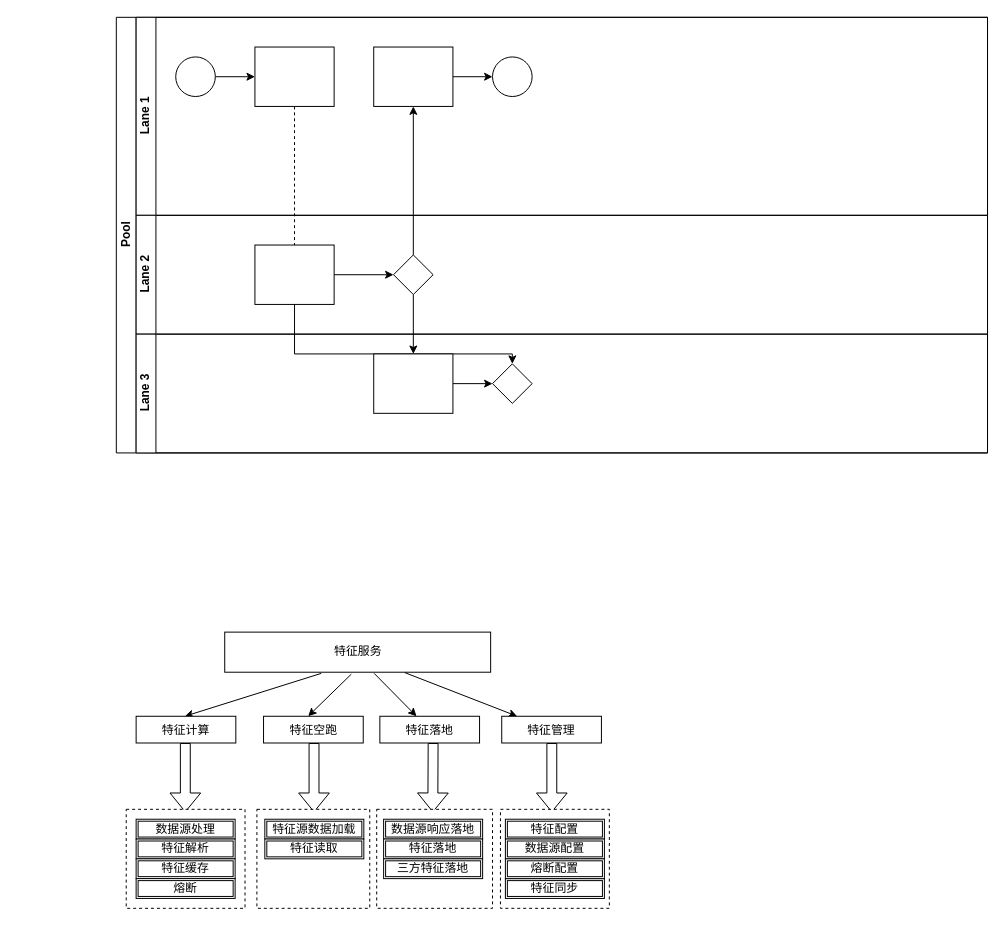
This is tzpt.drawio from aGVsZWk/mac_dot_config, a draw.io file, before an edit. Source tidied: cells renumbered, new cells numbered last; positions are measured from the earlier drawing's top-left corner, leaving out a move shared by most shapes. Both pictures are drawn from the tidied source at 99%, with x=0, y=0 at pixel (116, 17).
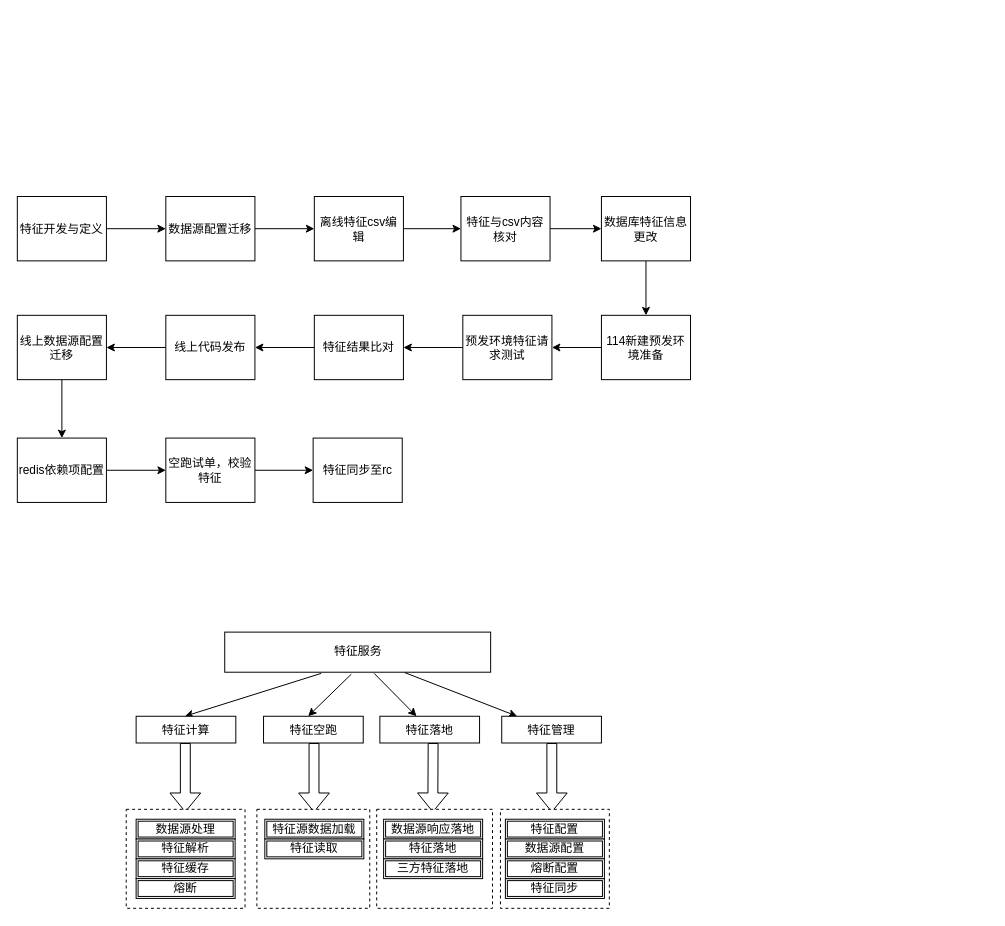
Above is the later version.

Diff of the diagram source:
```diff
@@
-    <mxCell id="2" value="Pool" style="swimlane;html=1;horizontal=0;startSize=20;" parent="1" vertex="1">
-      <mxGeometry width="880" height="440" as="geometry" />
-    </mxCell>
-    <mxCell id="3" style="edgeStyle=orthogonalEdgeStyle;rounded=0;jettySize=auto;html=1;dashed=1;endArrow=none;endFill=0;" parent="2" edge="1" source="10" target="16">
-      <mxGeometry relative="1" as="geometry" />
-    </mxCell>
-    <mxCell id="4" style="edgeStyle=orthogonalEdgeStyle;rounded=0;jettySize=auto;html=1;endArrow=classic;endFill=1;" parent="2" edge="1" source="17" target="12">
-      <mxGeometry relative="1" as="geometry" />
-    </mxCell>
-    <mxCell id="5" style="edgeStyle=orthogonalEdgeStyle;rounded=0;jettySize=auto;html=1;endArrow=classic;endFill=1;" parent="2" edge="1" source="17" target="20">
-      <mxGeometry relative="1" as="geometry" />
-    </mxCell>
-    <mxCell id="6" style="edgeStyle=orthogonalEdgeStyle;rounded=0;jettySize=auto;html=1;endArrow=classic;endFill=1;" parent="2" edge="1" source="16" target="21">
-      <mxGeometry relative="1" as="geometry">
-        <Array as="points">
-          <mxPoint x="180" y="340" />
-          <mxPoint x="400" y="340" />
-        </Array>
-      </mxGeometry>
-    </mxCell>
-    <mxCell id="7" value="Lane 1" style="swimlane;html=1;startSize=20;horizontal=0;" parent="2" vertex="1">
-      <mxGeometry x="20" width="860" height="200" as="geometry" />
-    </mxCell>
-    <mxCell id="8" style="edgeStyle=orthogonalEdgeStyle;rounded=0;jettySize=auto;html=1;" parent="7" edge="1" source="9" target="10">
-      <mxGeometry relative="1" as="geometry" />
-    </mxCell>
-    <mxCell id="9" style="ellipse;whiteSpace=wrap;html=1;" parent="7" vertex="1">
-      <mxGeometry x="40" y="40" width="40" height="40" as="geometry" />
-    </mxCell>
-    <mxCell id="10" style="rounded=0;whiteSpace=wrap;html=1;fontFamily=Helvetica;fontSize=12;fontColor=#000000;align=center;" parent="7" vertex="1">
-      <mxGeometry x="120" y="30" width="80" height="60" as="geometry" />
-    </mxCell>
-    <mxCell id="11" style="edgeStyle=orthogonalEdgeStyle;rounded=0;jettySize=auto;html=1;endArrow=classic;endFill=1;" parent="7" edge="1" source="12" target="13">
-      <mxGeometry relative="1" as="geometry" />
-    </mxCell>
-    <mxCell id="12" style="rounded=0;whiteSpace=wrap;html=1;fontFamily=Helvetica;fontSize=12;fontColor=#000000;align=center;" parent="7" vertex="1">
-      <mxGeometry x="240" y="30" width="80" height="60" as="geometry" />
-    </mxCell>
-    <mxCell id="13" style="ellipse;whiteSpace=wrap;html=1;" parent="7" vertex="1">
-      <mxGeometry x="360" y="40" width="40" height="40" as="geometry" />
-    </mxCell>
-    <mxCell id="14" value="Lane 2" style="swimlane;html=1;startSize=20;horizontal=0;" parent="2" vertex="1">
-      <mxGeometry x="20" y="200" width="860" height="120" as="geometry" />
-    </mxCell>
-    <mxCell id="15" style="edgeStyle=orthogonalEdgeStyle;rounded=0;jettySize=auto;html=1;endArrow=classic;endFill=1;" parent="14" edge="1" source="16" target="17">
-      <mxGeometry relative="1" as="geometry" />
-    </mxCell>
-    <mxCell id="16" style="rounded=0;whiteSpace=wrap;html=1;fontFamily=Helvetica;fontSize=12;fontColor=#000000;align=center;" parent="14" vertex="1">
-      <mxGeometry x="120" y="30" width="80" height="60" as="geometry" />
-    </mxCell>
-    <mxCell id="17" style="rhombus;whiteSpace=wrap;html=1;fontFamily=Helvetica;fontSize=12;fontColor=#000000;align=center;" parent="14" vertex="1">
-      <mxGeometry x="260" y="40" width="40" height="40" as="geometry" />
-    </mxCell>
-    <mxCell id="18" value="Lane 3" style="swimlane;html=1;startSize=20;horizontal=0;" parent="2" vertex="1">
-      <mxGeometry x="20" y="320" width="860" height="120" as="geometry" />
-    </mxCell>
-    <mxCell id="19" style="edgeStyle=orthogonalEdgeStyle;rounded=0;jettySize=auto;html=1;endArrow=classic;endFill=1;" parent="18" edge="1" source="20" target="21">
-      <mxGeometry relative="1" as="geometry" />
-    </mxCell>
-    <mxCell id="20" style="rounded=0;whiteSpace=wrap;html=1;fontFamily=Helvetica;fontSize=12;fontColor=#000000;align=center;" parent="18" vertex="1">
-      <mxGeometry x="240" y="20" width="80" height="60" as="geometry" />
-    </mxCell>
-    <mxCell id="21" style="rhombus;whiteSpace=wrap;html=1;fontFamily=Helvetica;fontSize=12;fontColor=#000000;align=center;" parent="18" vertex="1">
-      <mxGeometry x="360" y="30" width="40" height="40" as="geometry" />
-    </mxCell>
@@
+    <mxCell id="58" style="edgeStyle=orthogonalEdgeStyle;rounded=0;jettySize=auto;html=1;" parent="1" edge="1" source="59" target="61">
+      <mxGeometry relative="1" as="geometry" />
+    </mxCell>
+    <mxCell id="59" value="特征开发与定义" style="rounded=0;whiteSpace=wrap;html=1;fontFamily=Helvetica;fontSize=12;fontColor=#000000;align=center;" parent="1" vertex="1">
+      <mxGeometry x="-100" y="181" width="90" height="65" as="geometry" />
+    </mxCell>
+    <mxCell id="60" style="edgeStyle=orthogonalEdgeStyle;rounded=0;jettySize=auto;html=1;" parent="1" edge="1" source="61" target="63">
+      <mxGeometry relative="1" as="geometry" />
+    </mxCell>
+    <mxCell id="61" value="数据源配置迁移" style="rounded=0;whiteSpace=wrap;html=1;fontFamily=Helvetica;fontSize=12;fontColor=#000000;align=center;" parent="1" vertex="1">
+      <mxGeometry x="50" y="181" width="90" height="65" as="geometry" />
+    </mxCell>
+    <mxCell id="62" style="edgeStyle=orthogonalEdgeStyle;rounded=0;jettySize=auto;html=1;" parent="1" edge="1" source="63" target="65">
+      <mxGeometry relative="1" as="geometry" />
+    </mxCell>
+    <mxCell id="63" value="离线特征csv编辑" style="rounded=0;whiteSpace=wrap;html=1;fontFamily=Helvetica;fontSize=12;fontColor=#000000;align=center;" parent="1" vertex="1">
+      <mxGeometry x="200" y="181" width="90" height="65" as="geometry" />
+    </mxCell>
+    <mxCell id="64" style="edgeStyle=orthogonalEdgeStyle;rounded=0;jettySize=auto;html=1;" parent="1" edge="1" source="65" target="67">
+      <mxGeometry relative="1" as="geometry" />
+    </mxCell>
+    <mxCell id="65" value="特征与csv内容核对" style="rounded=0;whiteSpace=wrap;html=1;fontFamily=Helvetica;fontSize=12;fontColor=#000000;align=center;" parent="1" vertex="1">
+      <mxGeometry x="348.1" y="181" width="90" height="65" as="geometry" />
+    </mxCell>
+    <mxCell id="66" style="edgeStyle=orthogonalEdgeStyle;rounded=0;jettySize=auto;html=1;" parent="1" edge="1" source="67" target="69">
+      <mxGeometry relative="1" as="geometry" />
+    </mxCell>
+    <mxCell id="67" value="数据库特征信息更改" style="rounded=0;whiteSpace=wrap;html=1;fontFamily=Helvetica;fontSize=12;fontColor=#000000;align=center;" parent="1" vertex="1">
+      <mxGeometry x="490" y="181" width="90" height="65" as="geometry" />
+    </mxCell>
+    <mxCell id="68" style="edgeStyle=orthogonalEdgeStyle;rounded=0;jettySize=auto;html=1;" parent="1" edge="1" source="69" target="71">
+      <mxGeometry relative="1" as="geometry" />
+    </mxCell>
+    <mxCell id="69" value="114新建预发环境准备" style="rounded=0;whiteSpace=wrap;html=1;fontFamily=Helvetica;fontSize=12;fontColor=#000000;align=center;" parent="1" vertex="1">
+      <mxGeometry x="490" y="301" width="90" height="65" as="geometry" />
+    </mxCell>
+    <mxCell id="70" style="edgeStyle=orthogonalEdgeStyle;rounded=0;jettySize=auto;html=1;" parent="1" edge="1" source="71" target="73">
+      <mxGeometry relative="1" as="geometry" />
+    </mxCell>
+    <mxCell id="71" value="预发环境特征请求测试" style="rounded=0;whiteSpace=wrap;html=1;fontFamily=Helvetica;fontSize=12;fontColor=#000000;align=center;" parent="1" vertex="1">
+      <mxGeometry x="350" y="301" width="90" height="65" as="geometry" />
+    </mxCell>
+    <mxCell id="72" style="edgeStyle=orthogonalEdgeStyle;rounded=0;jettySize=auto;html=1;" parent="1" edge="1" source="73" target="75">
+      <mxGeometry relative="1" as="geometry" />
+    </mxCell>
+    <mxCell id="73" value="特征结果比对" style="rounded=0;whiteSpace=wrap;html=1;fontFamily=Helvetica;fontSize=12;fontColor=#000000;align=center;" parent="1" vertex="1">
+      <mxGeometry x="200" y="301" width="90" height="65" as="geometry" />
+    </mxCell>
+    <mxCell id="74" style="edgeStyle=orthogonalEdgeStyle;rounded=0;jettySize=auto;html=1;" parent="1" edge="1" source="75" target="77">
+      <mxGeometry relative="1" as="geometry" />
+    </mxCell>
+    <mxCell id="75" value="线上代码发布" style="rounded=0;whiteSpace=wrap;html=1;fontFamily=Helvetica;fontSize=12;fontColor=#000000;align=center;" parent="1" vertex="1">
+      <mxGeometry x="50" y="301" width="90" height="65" as="geometry" />
+    </mxCell>
+    <mxCell id="76" style="edgeStyle=orthogonalEdgeStyle;rounded=0;jettySize=auto;html=1;" parent="1" edge="1" source="77" target="79">
+      <mxGeometry relative="1" as="geometry" />
+    </mxCell>
+    <mxCell id="77" value="线上数据源配置迁移" style="rounded=0;whiteSpace=wrap;html=1;fontFamily=Helvetica;fontSize=12;fontColor=#000000;align=center;" parent="1" vertex="1">
+      <mxGeometry x="-100" y="301" width="90" height="65" as="geometry" />
+    </mxCell>
+    <mxCell id="78" style="edgeStyle=orthogonalEdgeStyle;rounded=0;jettySize=auto;html=1;" parent="1" edge="1" source="79" target="81">
+      <mxGeometry relative="1" as="geometry" />
+    </mxCell>
+    <mxCell id="79" value="redis依赖项配置" style="rounded=0;whiteSpace=wrap;html=1;fontFamily=Helvetica;fontSize=12;fontColor=#000000;align=center;" parent="1" vertex="1">
+      <mxGeometry x="-100" y="425" width="90" height="65" as="geometry" />
+    </mxCell>
+    <mxCell id="80" style="edgeStyle=orthogonalEdgeStyle;rounded=0;jettySize=auto;html=1;" parent="1" edge="1" source="81" target="82">
+      <mxGeometry relative="1" as="geometry" />
+    </mxCell>
+    <mxCell id="81" value="空跑试单，校验特征" style="rounded=0;whiteSpace=wrap;html=1;fontFamily=Helvetica;fontSize=12;fontColor=#000000;align=center;" parent="1" vertex="1">
+      <mxGeometry x="50" y="425" width="90" height="65" as="geometry" />
+    </mxCell>
+    <mxCell id="82" value="特征同步至rc" style="rounded=0;whiteSpace=wrap;html=1;fontFamily=Helvetica;fontSize=12;fontColor=#000000;align=center;" parent="1" vertex="1">
+      <mxGeometry x="198.8" y="425" width="90" height="65" as="geometry" />
+    </mxCell>
```
